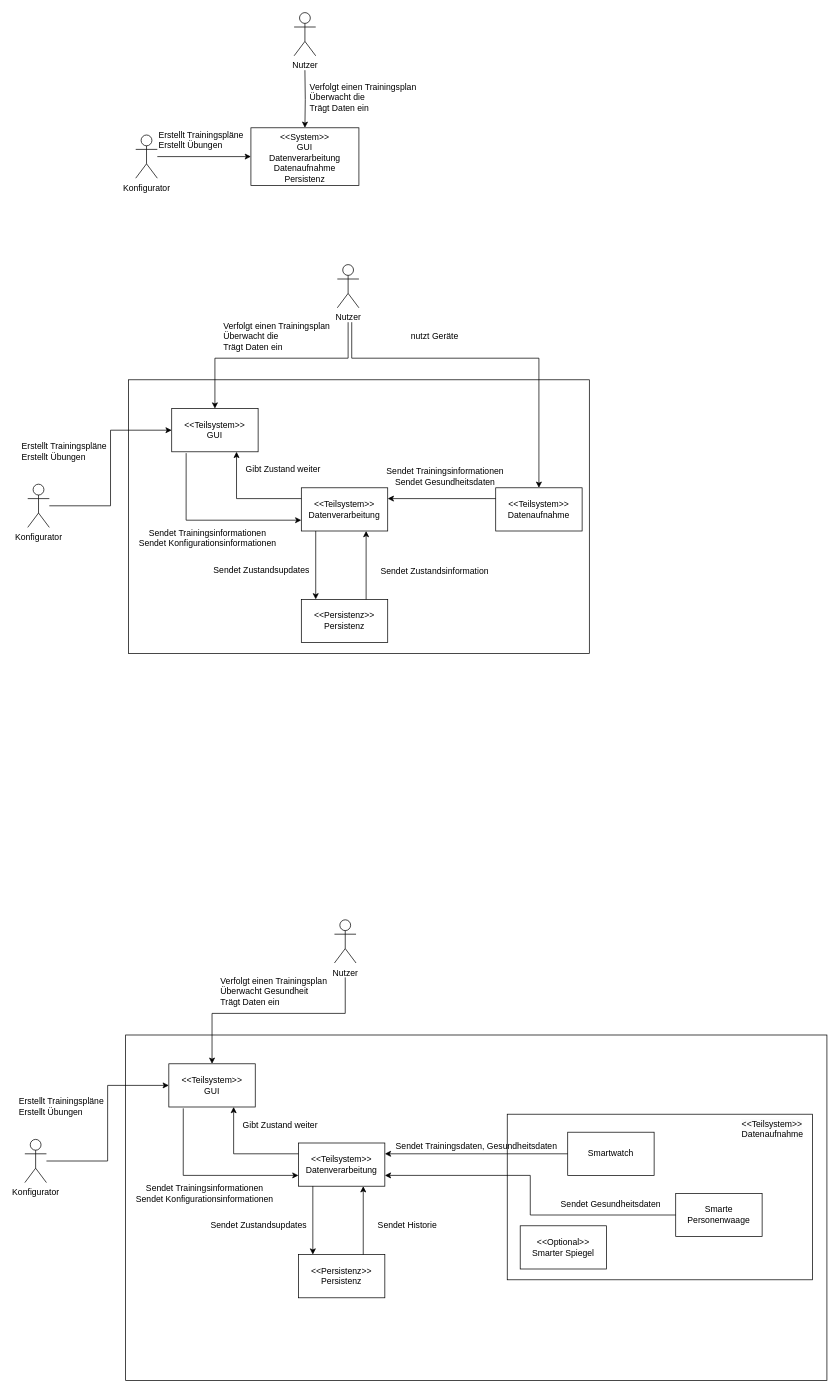
The draw.io diagram doc/Unbenanntes Diagramm.drawio in babasler/training-recording-device, before the edit. Source tidied: cells renumbered, new cells numbered last; positions are measured from the earlier drawing's top-left corner, leaving out a move shared by most shapes. Both pictures are drawn from the tidied source at 72%, with x=0, y=0 at pixel (17, 12).
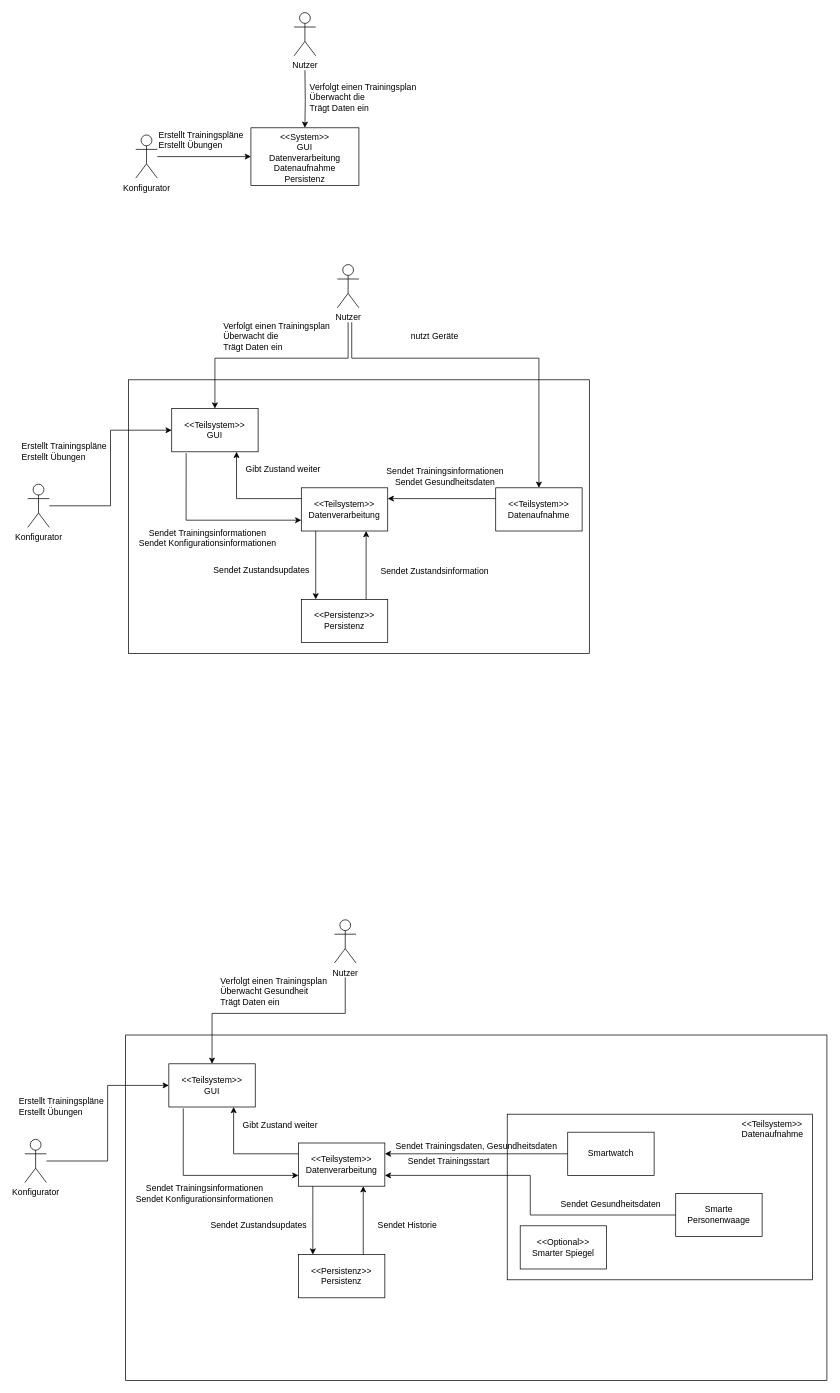
Above is the later version.

Diff of the diagram source:
```diff
@@
+    <mxCell id="59" value="Sendet Trainingsstart" style="text;html=1;align=center;verticalAlign=middle;whiteSpace=wrap;rounded=0;" parent="1" vertex="1">
+      <mxGeometry x="524" y="1580" width="150" height="30" as="geometry" />
+    </mxCell>
```
